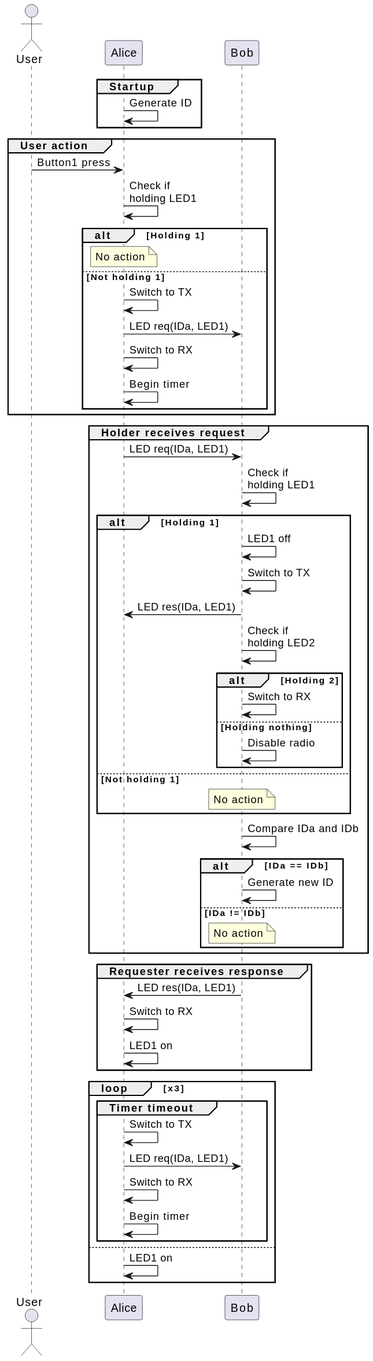
Above: out/sequence-diagrams/sequence-diagram.svg in Beanspoon/pass_led (PlantUML), before the change.
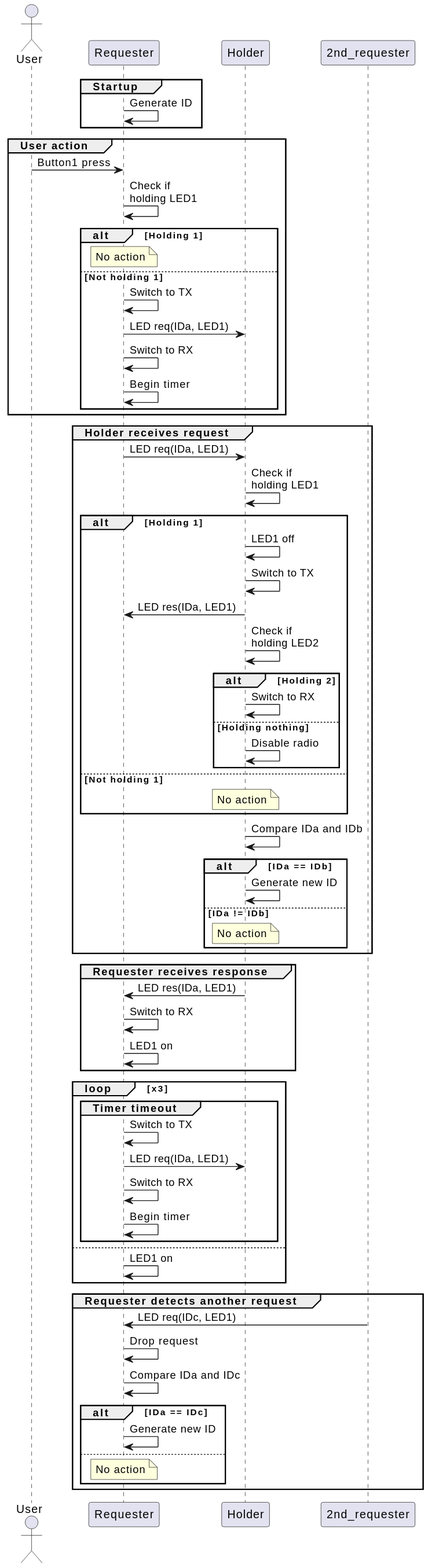
Later version of the same file.

Commit message:
Add sequence for detecting another request for the same LED

What changed in the source:
```diff
@@ -1,8 +1,9 @@
 @startuml sequence-diagram
 
 actor User
-participant Alice as a
-participant Bob as b
+participant Requester as a
+participant Holder as b
+participant 2nd_requester as c
 
 group Startup
     a -> a: Generate ID
@@ -72,4 +73,17 @@
     a -> a: LED1 on
 end
 
+group Requester detects another request
+    c -> a: LED req(IDc, LED1)
+    a -> a: Drop request
+    a -> a: Compare IDa and IDc
+
+    alt IDa == IDc
+        a -> a: Generate new ID
+    else
+        note over a: No action
+    end
+
+end
+
 @enduml
```
